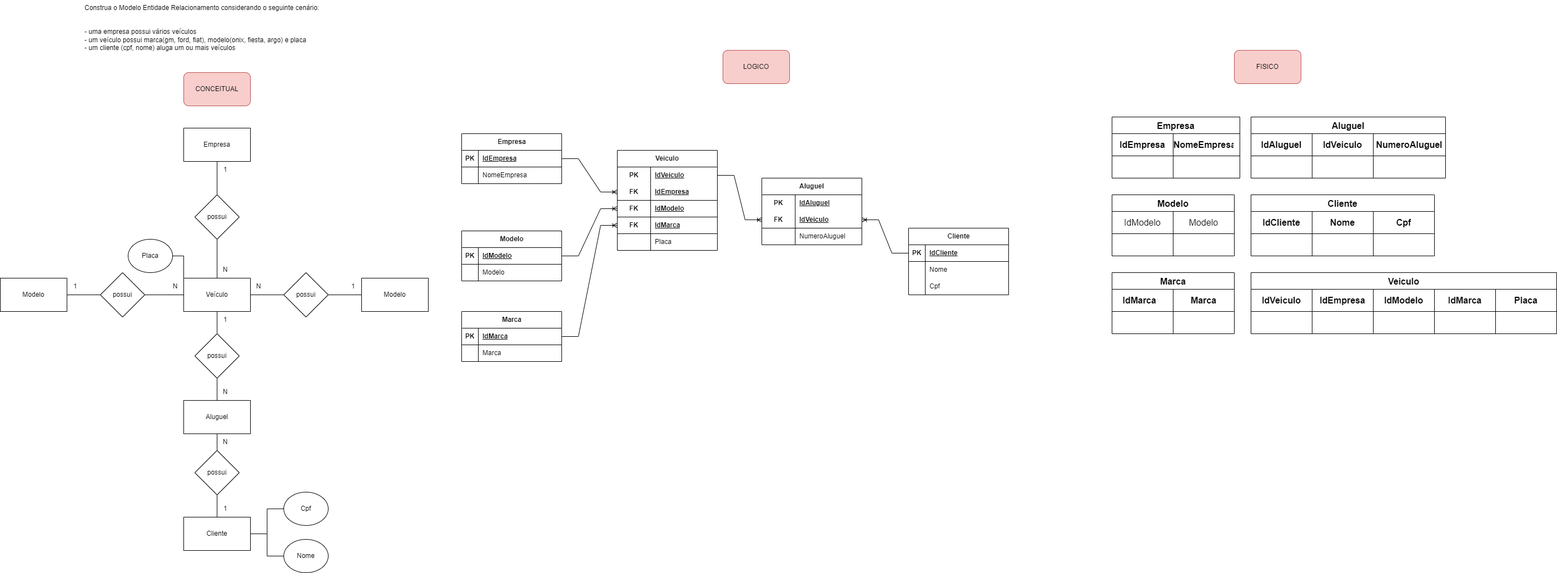
Above: 2_Semestre/SPRINT_1/EX_Drawio/1.2.completo.drawio.png in prgfe/Desenvolvimento_Sistemas (draw.io), before the change. Source tidied: cells renumbered, new cells last; positions are measured from the earlier drawing's top-left corner, leaving out a move shared by most shapes.
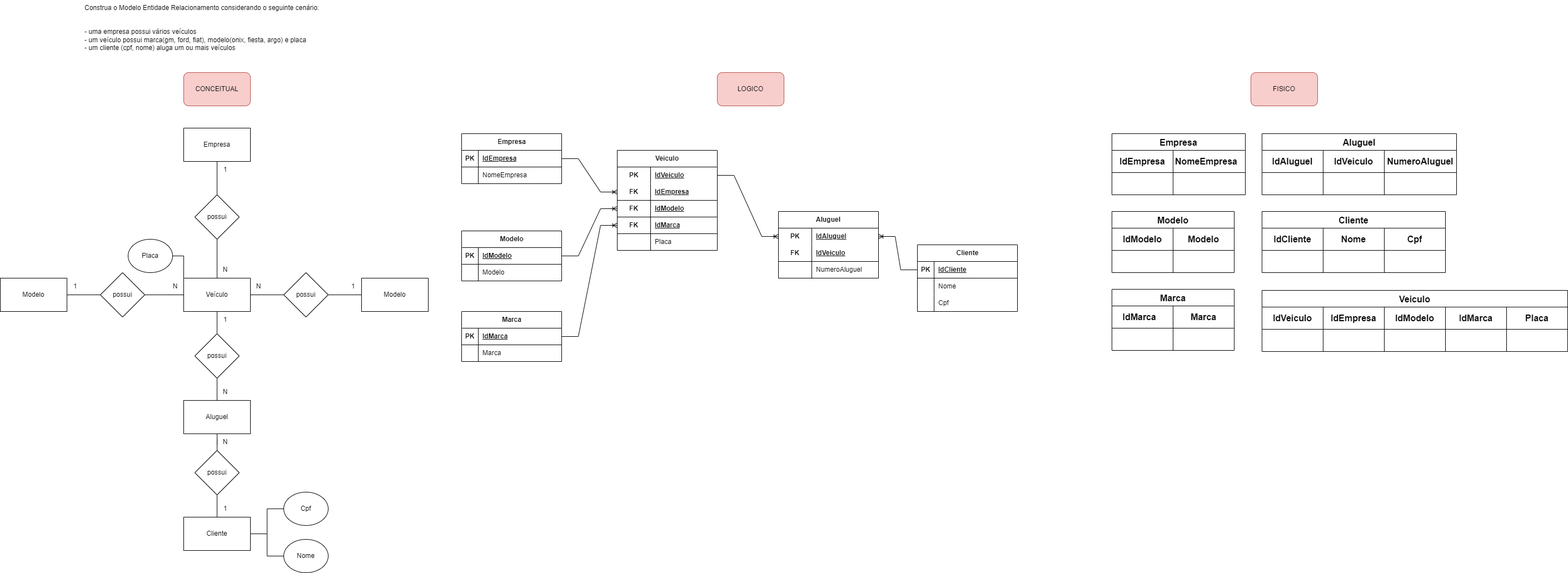
Later version of the same file.

Change to the diagram source:
```diff
@@ -60,10 +60,10 @@
       <mxGeometry x="330" y="130" width="120" height="60" as="geometry" />
     </mxCell>
     <mxCell id="21" value="FISICO" style="rounded=1;whiteSpace=wrap;html=1;fillColor=#f8cecc;strokeColor=#b85450;" parent="1" vertex="1">
-      <mxGeometry x="2220" y="90" width="120" height="60" as="geometry" />
+      <mxGeometry x="2250" y="130" width="120" height="60" as="geometry" />
     </mxCell>
     <mxCell id="22" value="LOGICO" style="rounded=1;whiteSpace=wrap;html=1;fillColor=#f8cecc;strokeColor=#b85450;" parent="1" vertex="1">
-      <mxGeometry x="1300" y="90" width="120" height="60" as="geometry" />
+      <mxGeometry x="1290" y="130" width="120" height="60" as="geometry" />
     </mxCell>
     <mxCell id="23" style="edgeStyle=orthogonalEdgeStyle;rounded=0;jettySize=auto;html=1;endArrow=none;endFill=0;" parent="1" edge="1" source="24" target="28">
       <mxGeometry relative="1" as="geometry" />
@@ -165,7 +165,7 @@
       <mxGeometry x="60" width="120" height="30" as="geometry" />
     </mxCell>
     <mxCell id="56" value="Aluguel" style="shape=table;startSize=30;rowLines=0;fontStyle=1;align=center;html=1;whiteSpace=wrap;" parent="1" vertex="1">
-      <mxGeometry x="1370" y="320" width="180" height="120" as="geometry" />
+      <mxGeometry x="1400" y="380" width="180" height="120" as="geometry" />
     </mxCell>
     <mxCell id="57" style="shape=tableRow;horizontal=0;startSize=0;swimlaneHead=0;swimlaneBody=0;fillColor=none;points=[[0,0.5],[1,0.5]];portConstraint=eastwest;top=0;left=0;right=0;bottom=0;html=1;" parent="56" vertex="1">
       <mxGeometry y="30" width="180" height="30" as="geometry" />
@@ -195,7 +195,7 @@
       <mxGeometry x="60" width="120" height="30" as="geometry" />
     </mxCell>
     <mxCell id="66" value="Cliente" style="shape=table;startSize=30;rowLines=0;fontStyle=1;align=center;html=1;" parent="1" vertex="1">
-      <mxGeometry x="1634" y="410" width="180" height="120" as="geometry" />
+      <mxGeometry x="1650" y="440" width="180" height="120" as="geometry" />
     </mxCell>
     <mxCell id="67" style="shape=tableRow;horizontal=0;startSize=0;swimlaneHead=0;swimlaneBody=0;fillColor=none;points=[[0,0.5],[1,0.5]];portConstraint=eastwest;top=0;left=0;right=0;bottom=1;" parent="66" vertex="1">
       <mxGeometry y="30" width="180" height="30" as="geometry" />
@@ -227,38 +227,32 @@
     <mxCell id="76" style="edgeStyle=entityRelationEdgeStyle;fontSize=12;html=1;endArrow=ERoneToMany;rounded=0;exitX=1;exitY=0.5;exitDx=0;exitDy=0;entryX=0;entryY=0.5;entryDx=0;entryDy=0;" parent="1" edge="1" source="34" target="44">
       <mxGeometry relative="1" as="geometry" />
     </mxCell>
-    <mxCell id="77" style="edgeStyle=entityRelationEdgeStyle;fontSize=12;html=1;endArrow=ERoneToMany;rounded=0;exitX=1;exitY=0.5;exitDx=0;exitDy=0;entryX=0;entryY=0.5;entryDx=0;entryDy=0;" parent="1" edge="1" source="41" target="60">
-      <mxGeometry relative="1" as="geometry" />
-    </mxCell>
-    <mxCell id="78" style="edgeStyle=entityRelationEdgeStyle;fontSize=12;html=1;endArrow=ERoneToMany;rounded=0;entryX=1;entryY=0.5;entryDx=0;entryDy=0;exitX=0;exitY=0.5;exitDx=0;exitDy=0;" parent="1" edge="1" source="67" target="60">
-      <mxGeometry relative="1" as="geometry" />
-    </mxCell>
     <mxCell id="79" value="Empresa" style="shape=table;startSize=30;strokeColor=default;fontSize=16;fontStyle=1;" parent="1" vertex="1">
-      <mxGeometry x="2000" y="210" width="230" height="110" as="geometry" />
+      <mxGeometry x="2000" y="240" width="240" height="110" as="geometry" />
     </mxCell>
     <mxCell id="80" style="shape=tableRow;horizontal=0;startSize=0;swimlaneHead=0;swimlaneBody=0;strokeColor=inherit;top=0;left=0;bottom=0;right=0;fillColor=none;fontSize=16;" parent="79" vertex="1">
-      <mxGeometry y="30" width="230" height="40" as="geometry" />
+      <mxGeometry y="30" width="240" height="40" as="geometry" />
     </mxCell>
     <mxCell id="81" style="shape=partialRectangle;html=1;whiteSpace=wrap;strokeColor=inherit;overflow=hidden;fillColor=none;top=0;left=0;bottom=0;right=0;fontSize=16;" parent="80" vertex="1">
       <mxGeometry width="110" height="40" as="geometry" />
     </mxCell>
     <mxCell id="82" style="shape=partialRectangle;html=1;whiteSpace=wrap;strokeColor=inherit;overflow=hidden;fillColor=none;top=0;left=0;bottom=0;right=0;fontSize=16;" parent="80" vertex="1">
-      <mxGeometry x="110" width="120" height="40" as="geometry" />
+      <mxGeometry x="110" width="130" height="40" as="geometry" />
     </mxCell>
     <mxCell id="83" style="shape=tableRow;horizontal=0;startSize=0;swimlaneHead=0;swimlaneBody=0;strokeColor=inherit;top=0;left=0;bottom=0;right=0;fillColor=none;fontSize=16;" parent="79" vertex="1">
-      <mxGeometry y="70" width="230" height="40" as="geometry" />
+      <mxGeometry y="70" width="240" height="40" as="geometry" />
     </mxCell>
     <mxCell id="84" style="shape=partialRectangle;html=1;whiteSpace=wrap;strokeColor=inherit;overflow=hidden;fillColor=none;top=0;left=0;bottom=0;right=0;fontSize=16;" parent="83" vertex="1">
       <mxGeometry width="110" height="40" as="geometry" />
     </mxCell>
     <mxCell id="85" style="shape=partialRectangle;html=1;whiteSpace=wrap;strokeColor=inherit;overflow=hidden;fillColor=none;top=0;left=0;bottom=0;right=0;fontSize=16;" parent="83" vertex="1">
-      <mxGeometry x="110" width="120" height="40" as="geometry" />
+      <mxGeometry x="110" width="130" height="40" as="geometry" />
     </mxCell>
     <mxCell id="86" value="&lt;b&gt;IdEmpresa&lt;/b&gt;" style="shape=partialRectangle;html=1;whiteSpace=wrap;strokeColor=inherit;overflow=hidden;fillColor=none;top=0;left=0;bottom=0;right=0;fontSize=16;" parent="1" vertex="1">
-      <mxGeometry x="2000" y="240" width="110" height="40" as="geometry" />
+      <mxGeometry x="2000" y="270" width="110" height="40" as="geometry" />
     </mxCell>
     <mxCell id="87" value="&lt;b&gt;NomeEmpresa&lt;/b&gt;" style="shape=partialRectangle;html=1;whiteSpace=wrap;strokeColor=inherit;overflow=hidden;fillColor=none;top=0;left=0;bottom=0;right=0;fontSize=16;" parent="1" vertex="1">
-      <mxGeometry x="2110" y="240" width="110" height="40" as="geometry" />
+      <mxGeometry x="2110" y="270" width="120" height="40" as="geometry" />
     </mxCell>
     <mxCell id="88" style="edgeStyle=orthogonalEdgeStyle;rounded=0;jettySize=auto;html=1;endArrow=none;endFill=0;" parent="1" edge="1" source="89" target="90">
       <mxGeometry relative="1" as="geometry" />
@@ -347,7 +341,7 @@
       </mxGeometry>
     </mxCell>
     <mxCell id="114" value="Marca" style="shape=table;startSize=30;strokeColor=default;fontSize=16;fontStyle=1;" parent="1" vertex="1">
-      <mxGeometry x="2000" y="490" width="220" height="110" as="geometry" />
+      <mxGeometry x="2000" y="520" width="220" height="110" as="geometry" />
     </mxCell>
     <mxCell id="115" style="shape=tableRow;horizontal=0;startSize=0;swimlaneHead=0;swimlaneBody=0;strokeColor=inherit;top=0;left=0;bottom=0;right=0;fillColor=none;fontSize=16;" parent="114" vertex="1">
       <mxGeometry y="30" width="220" height="40" as="geometry" />
@@ -368,15 +362,15 @@
       <mxGeometry x="110" width="110" height="40" as="geometry" />
     </mxCell>
     <mxCell id="121" value="Modelo" style="shape=table;startSize=30;strokeColor=default;fontSize=16;fontStyle=1;" parent="1" vertex="1">
-      <mxGeometry x="2000" y="350" width="220" height="110" as="geometry" />
+      <mxGeometry x="2000" y="380" width="220" height="110" as="geometry" />
     </mxCell>
     <mxCell id="122" style="shape=tableRow;horizontal=0;startSize=0;swimlaneHead=0;swimlaneBody=0;strokeColor=inherit;top=0;left=0;bottom=0;right=0;fillColor=none;fontSize=16;" parent="121" vertex="1">
       <mxGeometry y="30" width="220" height="40" as="geometry" />
     </mxCell>
-    <mxCell id="123" value="IdModelo" style="shape=partialRectangle;html=1;whiteSpace=wrap;strokeColor=inherit;overflow=hidden;fillColor=none;top=0;left=0;bottom=0;right=0;fontSize=16;" parent="122" vertex="1">
+    <mxCell id="123" value="&lt;b&gt;IdModelo&lt;/b&gt;" style="shape=partialRectangle;html=1;whiteSpace=wrap;strokeColor=inherit;overflow=hidden;fillColor=none;top=0;left=0;bottom=0;right=0;fontSize=16;" parent="122" vertex="1">
       <mxGeometry width="110" height="40" as="geometry" />
     </mxCell>
-    <mxCell id="124" value="Modelo" style="shape=partialRectangle;html=1;whiteSpace=wrap;strokeColor=inherit;overflow=hidden;fillColor=none;top=0;left=0;bottom=0;right=0;fontSize=16;" parent="122" vertex="1">
+    <mxCell id="124" value="&lt;b&gt;Modelo&lt;/b&gt;" style="shape=partialRectangle;html=1;whiteSpace=wrap;strokeColor=inherit;overflow=hidden;fillColor=none;top=0;left=0;bottom=0;right=0;fontSize=16;" parent="122" vertex="1">
       <mxGeometry x="110" width="110" height="40" as="geometry" />
     </mxCell>
     <mxCell id="125" style="shape=tableRow;horizontal=0;startSize=0;swimlaneHead=0;swimlaneBody=0;strokeColor=inherit;top=0;left=0;bottom=0;right=0;fillColor=none;fontSize=16;" parent="121" vertex="1">
@@ -389,7 +383,7 @@
       <mxGeometry x="110" width="110" height="40" as="geometry" />
     </mxCell>
     <mxCell id="128" value="Aluguel" style="shape=table;startSize=30;strokeColor=default;fontSize=16;fontStyle=1;" parent="1" vertex="1">
-      <mxGeometry x="2250" y="210" width="350" height="110" as="geometry" />
+      <mxGeometry x="2270" y="240" width="350" height="110" as="geometry" />
     </mxCell>
     <mxCell id="129" style="shape=tableRow;horizontal=0;startSize=0;swimlaneHead=0;swimlaneBody=0;strokeColor=inherit;top=0;left=0;bottom=0;right=0;fillColor=none;fontSize=16;" parent="128" vertex="1">
       <mxGeometry y="30" width="350" height="40" as="geometry" />
@@ -416,7 +410,7 @@
       <mxGeometry x="220" width="130" height="40" as="geometry" />
     </mxCell>
     <mxCell id="137" value="Cliente" style="shape=table;startSize=30;strokeColor=default;fontSize=16;fontStyle=1;" parent="1" vertex="1">
-      <mxGeometry x="2250" y="350" width="330" height="110" as="geometry" />
+      <mxGeometry x="2270" y="380" width="330" height="110" as="geometry" />
     </mxCell>
     <mxCell id="138" style="shape=tableRow;horizontal=0;startSize=0;swimlaneHead=0;swimlaneBody=0;strokeColor=inherit;top=0;left=0;bottom=0;right=0;fillColor=none;fontSize=16;" parent="137" vertex="1">
       <mxGeometry y="30" width="330" height="40" as="geometry" />
@@ -443,7 +437,7 @@
       <mxGeometry x="220" width="110" height="40" as="geometry" />
     </mxCell>
     <mxCell id="146" value="Veiculo" style="shape=table;startSize=30;strokeColor=default;fontSize=16;fontStyle=1;" parent="1" vertex="1">
-      <mxGeometry x="2250" y="490" width="550" height="110" as="geometry" />
+      <mxGeometry x="2270" y="522" width="550" height="110" as="geometry" />
     </mxCell>
     <mxCell id="147" style="shape=tableRow;horizontal=0;startSize=0;swimlaneHead=0;swimlaneBody=0;strokeColor=inherit;top=0;left=0;bottom=0;right=0;fillColor=none;fontSize=16;" parent="146" vertex="1">
       <mxGeometry y="30" width="550" height="40" as="geometry" />
@@ -481,5 +475,11 @@
     <mxCell id="158" style="shape=partialRectangle;html=1;whiteSpace=wrap;strokeColor=inherit;overflow=hidden;fillColor=none;top=0;left=0;bottom=0;right=0;fontSize=16;" parent="153" vertex="1">
       <mxGeometry x="440" width="110" height="40" as="geometry" />
     </mxCell>
+    <mxCell id="159" style="edgeStyle=entityRelationEdgeStyle;fontSize=12;html=1;endArrow=ERoneToMany;rounded=0;exitX=1;exitY=0.5;exitDx=0;exitDy=0;entryX=0;entryY=0.5;entryDx=0;entryDy=0;" parent="1" edge="1" source="41" target="57">
+      <mxGeometry relative="1" as="geometry" />
+    </mxCell>
+    <mxCell id="160" style="edgeStyle=entityRelationEdgeStyle;fontSize=12;html=1;endArrow=ERoneToMany;rounded=0;exitX=0;exitY=0.5;exitDx=0;exitDy=0;entryX=1;entryY=0.5;entryDx=0;entryDy=0;" parent="1" edge="1" source="67" target="57">
+      <mxGeometry relative="1" as="geometry" />
+    </mxCell>
   </root>
 </mxGraphModel>
```
